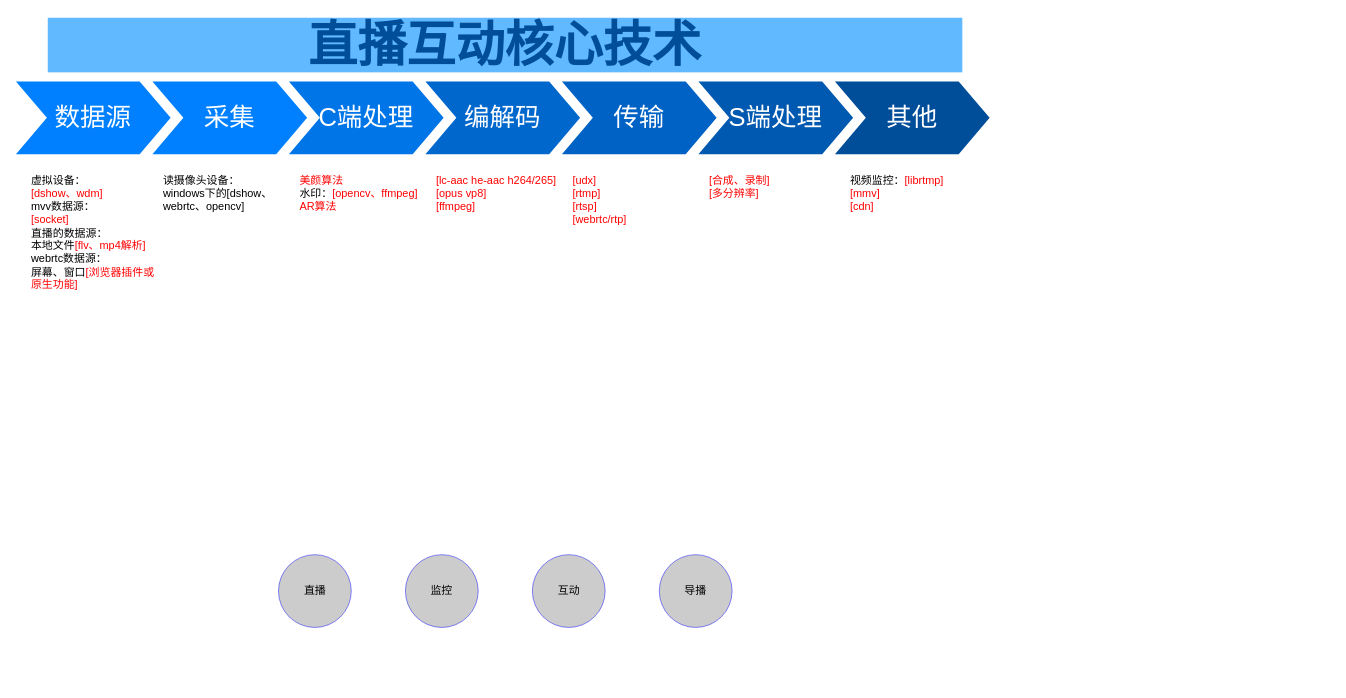
63isOK/conference_graph keeps this draw.io diagram as graph/直播互动核心技术.drawio. Above is the earlier version. Source tidied: cells renumbered, new cells numbered last; positions are measured from the earlier drawing's top-left corner, leaving out a move shared by most shapes. Both pictures are drawn from the tidied source at 91%, with x=0, y=0 at pixel (15, 17).
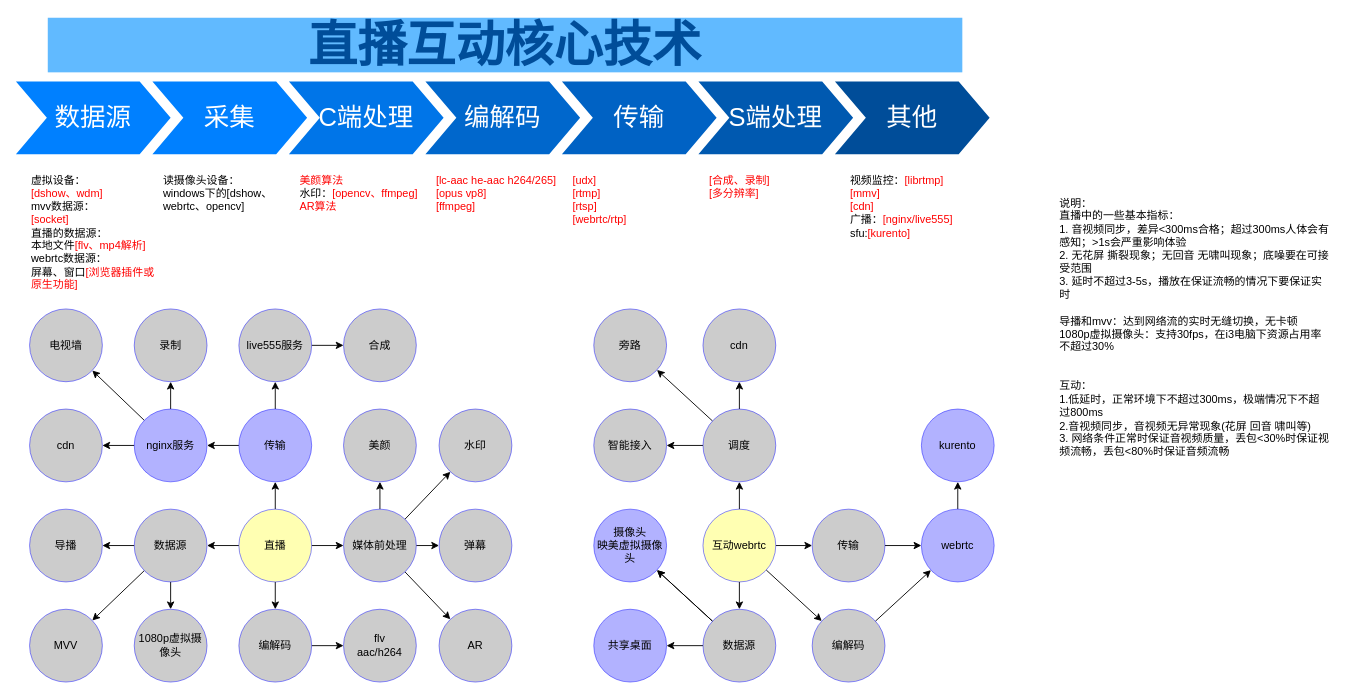
After the change.

Commit message:
更新直播互动核心技术.drawio

The edit, as a diff of the source:
```diff
@@
-    <mxCell id="14" value="视频监控：&lt;font color=&quot;#ff0000&quot;&gt;[librtmp]&lt;br&gt;[mmv]&lt;br&gt;[cdn]&lt;/font&gt;&lt;br&gt;" style="text;spacingTop=-5;fillColor=#ffffff;whiteSpace=wrap;html=1;align=left;fontSize=12;fontFamily=Helvetica;fillColor=none;strokeColor=none;" parent="1" vertex="1">
+    <mxCell id="14" value="视频监控：&lt;font color=&quot;#ff0000&quot;&gt;[librtmp]&lt;br&gt;[mmv]&lt;br&gt;[cdn]&lt;br&gt;&lt;/font&gt;广播：&lt;font color=&quot;#ff0000&quot;&gt;[nginx/live555]&lt;/font&gt;&lt;br&gt;sfu:&lt;font color=&quot;#ff0000&quot;&gt;[kurento]&lt;/font&gt;&lt;br&gt;" style="text;spacingTop=-5;fillColor=#ffffff;whiteSpace=wrap;html=1;align=left;fontSize=12;fontFamily=Helvetica;fillColor=none;strokeColor=none;" parent="1" vertex="1">
       <mxGeometry x="915" y="170" width="140" height="210" as="geometry" />
     </mxCell>
@@
+    <mxCell id="21" style="rounded=0;jettySize=auto;html=1;" parent="1" edge="1" source="17" target="52">
+      <mxGeometry relative="1" as="geometry" />
+    </mxCell>
+    <mxCell id="22" style="rounded=0;jettySize=auto;html=1;" parent="1" edge="1" source="17" target="47">
+      <mxGeometry relative="1" as="geometry" />
+    </mxCell>
+    <mxCell id="23" style="edgeStyle=none;rounded=0;jettySize=auto;html=1;" parent="1" edge="1" source="17" target="41">
+      <mxGeometry relative="1" as="geometry" />
+    </mxCell>
+    <mxCell id="24" style="edgeStyle=none;rounded=0;jettySize=auto;html=1;" parent="1" edge="1" source="17" target="27">
+      <mxGeometry relative="1" as="geometry" />
+    </mxCell>
-    <mxCell id="17" value="直播" style="ellipse;whiteSpace=wrap;html=1;strokeColor=#0000FF;fillColor=#999999;opacity=50;align=center;" parent="1" vertex="1">
-      <mxGeometry x="288.5" y="590" width="80" height="80" as="geometry" />
+    <mxCell id="17" value="直播" style="ellipse;whiteSpace=wrap;html=1;strokeColor=#0000FF;fillColor=#FFFF66;opacity=50;align=center;" parent="1" vertex="1">
+      <mxGeometry x="245" y="540" width="80" height="80" as="geometry" />
     </mxCell>
+    <mxCell id="25" style="edgeStyle=none;rounded=0;jettySize=auto;html=1;" parent="1" edge="1" source="27" target="34">
+      <mxGeometry relative="1" as="geometry" />
+    </mxCell>
+    <mxCell id="26" style="edgeStyle=none;rounded=0;jettySize=auto;html=1;" parent="1" edge="1" source="27" target="29">
+      <mxGeometry relative="1" as="geometry" />
+    </mxCell>
+    <mxCell id="27" value="传输" style="ellipse;whiteSpace=wrap;html=1;strokeColor=#0000FF;fillColor=#6666FF;opacity=50;align=center;" parent="1" vertex="1">
+      <mxGeometry x="245" y="430" width="80" height="80" as="geometry" />
+    </mxCell>
+    <mxCell id="28" style="edgeStyle=none;rounded=0;jettySize=auto;html=1;" parent="1" edge="1" source="29" target="30">
+      <mxGeometry relative="1" as="geometry" />
+    </mxCell>
+    <mxCell id="29" value="live555服务" style="ellipse;whiteSpace=wrap;html=1;strokeColor=#0000FF;fillColor=#999999;opacity=50;align=center;" parent="1" vertex="1">
+      <mxGeometry x="245" y="320" width="80" height="80" as="geometry" />
+    </mxCell>
+    <mxCell id="30" value="合成" style="ellipse;whiteSpace=wrap;html=1;strokeColor=#0000FF;fillColor=#999999;opacity=50;align=center;" parent="1" vertex="1">
+      <mxGeometry x="360" y="320" width="80" height="80" as="geometry" />
+    </mxCell>
+    <mxCell id="31" style="edgeStyle=none;rounded=0;jettySize=auto;html=1;" parent="1" edge="1" source="34" target="36">
+      <mxGeometry relative="1" as="geometry" />
+    </mxCell>
+    <mxCell id="32" style="edgeStyle=none;rounded=0;jettySize=auto;html=1;" parent="1" edge="1" source="34" target="18">
+      <mxGeometry relative="1" as="geometry" />
+    </mxCell>
+    <mxCell id="33" style="edgeStyle=none;rounded=0;jettySize=auto;html=1;" parent="1" edge="1" source="34" target="35">
+      <mxGeometry relative="1" as="geometry" />
+    </mxCell>
+    <mxCell id="34" value="nginx服务" style="ellipse;whiteSpace=wrap;html=1;strokeColor=#0000FF;fillColor=#6666FF;opacity=50;align=center;" parent="1" vertex="1">
+      <mxGeometry x="130" y="430" width="80" height="80" as="geometry" />
+    </mxCell>
+    <mxCell id="35" value="cdn" style="ellipse;whiteSpace=wrap;html=1;strokeColor=#0000FF;fillColor=#999999;opacity=50;align=center;" parent="1" vertex="1">
+      <mxGeometry x="15" y="430" width="80" height="80" as="geometry" />
+    </mxCell>
+    <mxCell id="36" value="录制" style="ellipse;whiteSpace=wrap;html=1;strokeColor=#0000FF;fillColor=#999999;opacity=50;align=center;" parent="1" vertex="1">
+      <mxGeometry x="130" y="320" width="80" height="80" as="geometry" />
+    </mxCell>
+    <mxCell id="37" style="edgeStyle=none;rounded=0;jettySize=auto;html=1;" parent="1" edge="1" source="41" target="45">
+      <mxGeometry relative="1" as="geometry" />
+    </mxCell>
+    <mxCell id="38" style="edgeStyle=none;rounded=0;jettySize=auto;html=1;" parent="1" edge="1" source="41" target="44">
+      <mxGeometry relative="1" as="geometry" />
+    </mxCell>
+    <mxCell id="39" style="edgeStyle=none;rounded=0;jettySize=auto;html=1;" parent="1" edge="1" source="41" target="43">
+      <mxGeometry relative="1" as="geometry" />
+    </mxCell>
+    <mxCell id="40" style="edgeStyle=none;rounded=0;jettySize=auto;html=1;" parent="1" edge="1" source="41" target="42">
+      <mxGeometry relative="1" as="geometry" />
+    </mxCell>
+    <mxCell id="41" value="媒体前处理" style="ellipse;whiteSpace=wrap;html=1;strokeColor=#0000FF;fillColor=#999999;opacity=50;align=center;" parent="1" vertex="1">
+      <mxGeometry x="360" y="540" width="80" height="80" as="geometry" />
+    </mxCell>
+    <mxCell id="42" value="AR" style="ellipse;whiteSpace=wrap;html=1;strokeColor=#0000FF;fillColor=#999999;opacity=50;align=center;" parent="1" vertex="1">
+      <mxGeometry x="465" y="650" width="80" height="80" as="geometry" />
+    </mxCell>
+    <mxCell id="43" value="弹幕" style="ellipse;whiteSpace=wrap;html=1;strokeColor=#0000FF;fillColor=#999999;opacity=50;align=center;" parent="1" vertex="1">
+      <mxGeometry x="465" y="540" width="80" height="80" as="geometry" />
+    </mxCell>
+    <mxCell id="44" value="水印" style="ellipse;whiteSpace=wrap;html=1;strokeColor=#0000FF;fillColor=#999999;opacity=50;align=center;" parent="1" vertex="1">
+      <mxGeometry x="465" y="430" width="80" height="80" as="geometry" />
+    </mxCell>
+    <mxCell id="45" value="美颜" style="ellipse;whiteSpace=wrap;html=1;strokeColor=#0000FF;fillColor=#999999;opacity=50;align=center;" parent="1" vertex="1">
+      <mxGeometry x="360" y="430" width="80" height="80" as="geometry" />
+    </mxCell>
+    <mxCell id="46" style="edgeStyle=none;rounded=0;jettySize=auto;html=1;" parent="1" edge="1" source="47" target="48">
+      <mxGeometry relative="1" as="geometry" />
+    </mxCell>
+    <mxCell id="47" value="编解码" style="ellipse;whiteSpace=wrap;html=1;strokeColor=#0000FF;fillColor=#999999;opacity=50;align=center;" parent="1" vertex="1">
+      <mxGeometry x="245" y="650" width="80" height="80" as="geometry" />
+    </mxCell>
+    <mxCell id="48" value="flv&lt;br&gt;aac/h264" style="ellipse;whiteSpace=wrap;html=1;strokeColor=#0000FF;fillColor=#999999;opacity=50;align=center;" parent="1" vertex="1">
+      <mxGeometry x="360" y="650" width="80" height="80" as="geometry" />
+    </mxCell>
+    <mxCell id="49" style="edgeStyle=none;rounded=0;jettySize=auto;html=1;" parent="1" edge="1" source="52" target="53">
+      <mxGeometry relative="1" as="geometry" />
+    </mxCell>
+    <mxCell id="50" style="edgeStyle=none;rounded=0;jettySize=auto;html=1;" parent="1" edge="1" source="52" target="78">
+      <mxGeometry relative="1" as="geometry" />
+    </mxCell>
+    <mxCell id="51" style="edgeStyle=none;rounded=0;jettySize=auto;html=1;" parent="1" edge="1" source="52" target="20">
+      <mxGeometry relative="1" as="geometry" />
+    </mxCell>
+    <mxCell id="52" value="数据源&lt;br&gt;" style="ellipse;whiteSpace=wrap;html=1;strokeColor=#0000FF;fillColor=#999999;opacity=50;align=center;" parent="1" vertex="1">
+      <mxGeometry x="130" y="540" width="80" height="80" as="geometry" />
+    </mxCell>
+    <mxCell id="53" value="1080p虚拟摄像头&lt;br&gt;" style="ellipse;whiteSpace=wrap;html=1;strokeColor=#0000FF;fillColor=#999999;opacity=50;align=center;" parent="1" vertex="1">
+      <mxGeometry x="130" y="650" width="80" height="80" as="geometry" />
+    </mxCell>
-    <mxCell id="18" value="监控" style="ellipse;whiteSpace=wrap;html=1;strokeColor=#0000FF;fillColor=#999999;opacity=50;align=center;" parent="1" vertex="1">
-      <mxGeometry x="428" y="590" width="80" height="80" as="geometry" />
+    <mxCell id="18" value="电视墙" style="ellipse;whiteSpace=wrap;html=1;strokeColor=#0000FF;fillColor=#999999;opacity=50;align=center;" parent="1" vertex="1">
+      <mxGeometry x="15" y="320" width="80" height="80" as="geometry" />
     </mxCell>
+    <mxCell id="54" style="edgeStyle=none;rounded=0;jettySize=auto;html=1;" parent="1" edge="1" source="19" target="75">
+      <mxGeometry relative="1" as="geometry" />
+    </mxCell>
+    <mxCell id="55" style="edgeStyle=none;rounded=0;jettySize=auto;html=1;" parent="1" edge="1" source="19" target="71">
+      <mxGeometry relative="1" as="geometry" />
+    </mxCell>
+    <mxCell id="56" style="edgeStyle=none;rounded=0;jettySize=auto;html=1;" parent="1" edge="1" source="19" target="66">
+      <mxGeometry relative="1" as="geometry" />
+    </mxCell>
+    <mxCell id="57" style="edgeStyle=none;rounded=0;jettySize=auto;html=1;" parent="1" edge="1" source="19" target="61">
+      <mxGeometry relative="1" as="geometry" />
+    </mxCell>
-    <mxCell id="19" value="互动" style="ellipse;whiteSpace=wrap;html=1;strokeColor=#0000FF;fillColor=#999999;opacity=50;align=center;" parent="1" vertex="1">
-      <mxGeometry x="567.5" y="590" width="80" height="80" as="geometry" />
+    <mxCell id="19" value="互动webrtc" style="ellipse;whiteSpace=wrap;html=1;strokeColor=#0000FF;fillColor=#FFFF66;opacity=50;align=center;" parent="1" vertex="1">
+      <mxGeometry x="755" y="540" width="80" height="80" as="geometry" />
     </mxCell>
+    <mxCell id="58" style="edgeStyle=none;rounded=0;jettySize=auto;html=1;" parent="1" edge="1" source="61" target="64">
+      <mxGeometry relative="1" as="geometry" />
+    </mxCell>
+    <mxCell id="59" style="edgeStyle=none;rounded=0;jettySize=auto;html=1;" parent="1" edge="1" source="61" target="63">
+      <mxGeometry relative="1" as="geometry" />
+    </mxCell>
+    <mxCell id="60" style="edgeStyle=none;rounded=0;jettySize=auto;html=1;" parent="1" edge="1" source="61" target="62">
+      <mxGeometry relative="1" as="geometry" />
+    </mxCell>
+    <mxCell id="61" value="调度" style="ellipse;whiteSpace=wrap;html=1;strokeColor=#0000FF;fillColor=#999999;opacity=50;align=center;" parent="1" vertex="1">
+      <mxGeometry x="755" y="430" width="80" height="80" as="geometry" />
+    </mxCell>
+    <mxCell id="62" value="智能接入" style="ellipse;whiteSpace=wrap;html=1;strokeColor=#0000FF;fillColor=#999999;opacity=50;align=center;" parent="1" vertex="1">
+      <mxGeometry x="635" y="430" width="80" height="80" as="geometry" />
+    </mxCell>
+    <mxCell id="63" value="旁路" style="ellipse;whiteSpace=wrap;html=1;strokeColor=#0000FF;fillColor=#999999;opacity=50;align=center;" parent="1" vertex="1">
+      <mxGeometry x="635" y="320" width="80" height="80" as="geometry" />
+    </mxCell>
+    <mxCell id="64" value="cdn" style="ellipse;whiteSpace=wrap;html=1;strokeColor=#0000FF;fillColor=#999999;opacity=50;align=center;" parent="1" vertex="1">
+      <mxGeometry x="755" y="320" width="80" height="80" as="geometry" />
+    </mxCell>
+    <mxCell id="65" style="edgeStyle=none;rounded=0;jettySize=auto;html=1;" parent="1" edge="1" source="66" target="68">
+      <mxGeometry relative="1" as="geometry" />
+    </mxCell>
+    <mxCell id="66" value="传输" style="ellipse;whiteSpace=wrap;html=1;strokeColor=#0000FF;fillColor=#999999;opacity=50;align=center;" parent="1" vertex="1">
+      <mxGeometry x="875" y="540" width="80" height="80" as="geometry" />
+    </mxCell>
+    <mxCell id="67" style="edgeStyle=none;rounded=0;jettySize=auto;html=1;" parent="1" edge="1" source="68" target="69">
+      <mxGeometry relative="1" as="geometry" />
+    </mxCell>
+    <mxCell id="68" value="webrtc" style="ellipse;whiteSpace=wrap;html=1;strokeColor=#0000FF;fillColor=#6666FF;opacity=50;align=center;" parent="1" vertex="1">
+      <mxGeometry x="995" y="540" width="80" height="80" as="geometry" />
+    </mxCell>
+    <mxCell id="69" value="kurento" style="ellipse;whiteSpace=wrap;html=1;strokeColor=#0000FF;fillColor=#6666FF;opacity=50;align=center;" parent="1" vertex="1">
+      <mxGeometry x="995" y="430" width="80" height="80" as="geometry" />
+    </mxCell>
+    <mxCell id="70" style="edgeStyle=none;rounded=0;jettySize=auto;html=1;" parent="1" edge="1" source="71" target="68">
+      <mxGeometry relative="1" as="geometry" />
+    </mxCell>
+    <mxCell id="71" value="编解码" style="ellipse;whiteSpace=wrap;html=1;strokeColor=#0000FF;fillColor=#999999;opacity=50;align=center;" parent="1" vertex="1">
+      <mxGeometry x="875" y="650" width="80" height="80" as="geometry" />
+    </mxCell>
+    <mxCell id="72" style="edgeStyle=none;rounded=0;jettySize=auto;html=1;" parent="1" edge="1" source="75" target="77">
+      <mxGeometry relative="1" as="geometry" />
+    </mxCell>
+    <mxCell id="73" style="edgeStyle=none;rounded=0;jettySize=auto;html=1;" parent="1" edge="1" source="75" target="77">
+      <mxGeometry relative="1" as="geometry" />
+    </mxCell>
+    <mxCell id="74" style="edgeStyle=none;rounded=0;jettySize=auto;html=1;" parent="1" edge="1" source="75" target="76">
+      <mxGeometry relative="1" as="geometry" />
+    </mxCell>
+    <mxCell id="75" value="数据源" style="ellipse;whiteSpace=wrap;html=1;strokeColor=#0000FF;fillColor=#999999;opacity=50;align=center;" parent="1" vertex="1">
+      <mxGeometry x="755" y="650" width="80" height="80" as="geometry" />
+    </mxCell>
+    <mxCell id="76" value="共享桌面" style="ellipse;whiteSpace=wrap;html=1;strokeColor=#0000FF;fillColor=#6666FF;opacity=50;align=center;" parent="1" vertex="1">
+      <mxGeometry x="635" y="650" width="80" height="80" as="geometry" />
+    </mxCell>
+    <mxCell id="77" value="摄像头&lt;br&gt;映美虚拟摄像头&lt;br&gt;" style="ellipse;whiteSpace=wrap;html=1;strokeColor=#0000FF;fillColor=#6666FF;opacity=50;align=center;" parent="1" vertex="1">
+      <mxGeometry x="635" y="540" width="80" height="80" as="geometry" />
+    </mxCell>
     <mxCell id="20" value="导播" style="ellipse;whiteSpace=wrap;html=1;strokeColor=#0000FF;fillColor=#999999;opacity=50;align=center;" parent="1" vertex="1">
-      <mxGeometry x="707" y="590" width="80" height="80" as="geometry" />
+      <mxGeometry x="15" y="540" width="80" height="80" as="geometry" />
     </mxCell>
+    <mxCell id="78" value="MVV" style="ellipse;whiteSpace=wrap;html=1;strokeColor=#0000FF;fillColor=#999999;opacity=50;align=center;" parent="1" vertex="1">
+      <mxGeometry x="15" y="650" width="80" height="80" as="geometry" />
+    </mxCell>
+    <mxCell id="79" value="说明：&lt;br&gt;直播中的一些基本指标：&lt;br&gt;1. 音视频同步，差异&amp;lt;300ms合格；超过300ms人体会有感知；&amp;gt;1s会严重影响体验&lt;br&gt;2. 无花屏 撕裂现象；无回音 无啸叫现象；底噪要在可接受范围&lt;br&gt;3. 延时不超过3-5s，播放在保证流畅的情况下要保证实时&lt;br&gt;&lt;br&gt;导播和mvv：达到网络流的实时无缝切换，无卡顿&lt;br&gt;1080p虚拟摄像头：支持30fps，在i3电脑下资源占用率不超过30%&lt;br&gt;&lt;br&gt;&lt;br&gt;互动：&lt;br&gt;1.低延时，正常环境下不超过300ms，极端情况下不超过800ms&lt;br&gt;2.音视频同步，音视频无异常现象(花屏 回音 啸叫等)&lt;br&gt;3. 网络条件正常时保证音视频质量，丢包&amp;lt;30%时保证视频流畅，丢包&amp;lt;80%时保证音频流畅&lt;br&gt;&lt;br&gt;" style="text;html=1;strokeColor=none;fillColor=none;align=left;verticalAlign=top;whiteSpace=wrap;rounded=0;" parent="1" vertex="1">
+      <mxGeometry x="1145" y="190" width="300" height="320" as="geometry" />
+    </mxCell>
```
